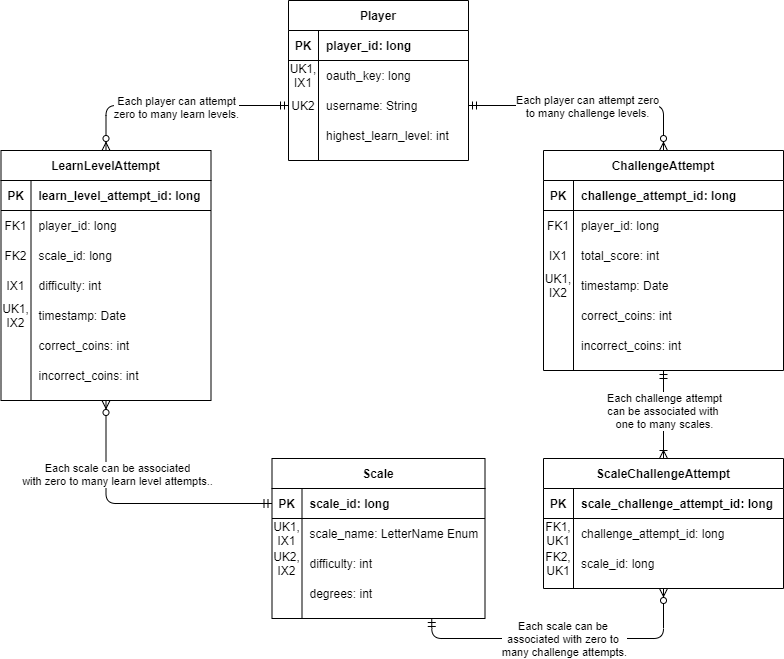
The draw.io diagram docs/img/erd.png in lsteiner9/ScaleScroller, before a commit. Source tidied: cells renumbered, new cells last; positions are measured from the earlier drawing's top-left corner, leaving out a move shared by most shapes. Its diagram source:
```xml
<mxGraphModel>
  <root>
    <mxCell id="0" />
    <mxCell id="1" parent="0" />
    <mxCell id="2" style="edgeStyle=orthogonalEdgeStyle;jettySize=auto;html=1;endArrow=ERmandOne;endFill=0;startArrow=ERzeroToMany;startFill=1;exitX=0.5;exitY=1;exitDx=0;exitDy=0;entryX=0;entryY=0.5;entryDx=0;entryDy=0;rounded=1;" parent="1" edge="1" source="35">
      <mxGeometry relative="1" as="geometry">
        <mxPoint x="271.5" y="503" as="targetPoint" />
        <Array as="points">
          <mxPoint x="106" y="503" />
        </Array>
      </mxGeometry>
    </mxCell>
    <mxCell id="3" value="Each scale can be associated&lt;br&gt;with zero to many learn level attempts.." style="edgeLabel;html=1;align=center;verticalAlign=middle;" parent="2" vertex="1">
      <mxGeometry x="-0.23" y="12" relative="1" as="geometry">
        <mxPoint x="10.5" y="-18" as="offset" />
      </mxGeometry>
    </mxCell>
    <mxCell id="4" style="edgeStyle=orthogonalEdgeStyle;rounded=1;jettySize=auto;html=1;startArrow=ERoneToMany;startFill=0;endArrow=ERmandOne;endFill=0;entryX=0.5;entryY=1;entryDx=0;entryDy=0;exitX=0.5;exitY=0;exitDx=0;exitDy=0;" parent="1" edge="1" source="8" target="70">
      <mxGeometry relative="1" as="geometry" />
    </mxCell>
    <mxCell id="5" value="Each challenge attempt&lt;br&gt;can be associated with &lt;br&gt;one to many scales." style="edgeLabel;html=1;align=center;verticalAlign=middle;" parent="4" vertex="1">
      <mxGeometry x="-0.2" relative="1" as="geometry">
        <mxPoint y="-13" as="offset" />
      </mxGeometry>
    </mxCell>
    <mxCell id="6" style="edgeStyle=orthogonalEdgeStyle;jettySize=auto;html=1;exitX=0.5;exitY=0;exitDx=0;exitDy=0;entryX=0;entryY=0.5;entryDx=0;entryDy=0;startArrow=ERzeroToMany;startFill=1;endArrow=ERmandOne;endFill=0;" parent="1" edge="1" source="35" target="64">
      <mxGeometry relative="1" as="geometry" />
    </mxCell>
    <mxCell id="7" value="Each player can attempt&lt;br&gt;zero to many learn levels." style="edgeLabel;html=1;align=center;verticalAlign=middle;" parent="6" vertex="1">
      <mxGeometry x="0.01" y="-1" relative="1" as="geometry" />
    </mxCell>
    <mxCell id="8" value="ScaleChallengeAttempt" style="shape=table;startSize=30;rowLines=0;fontStyle=1;align=center;" parent="1" vertex="1">
      <mxGeometry x="543" y="458" width="240" height="130" as="geometry" />
    </mxCell>
    <mxCell id="9" style="shape=partialRectangle;fillColor=none;top=0;left=0;bottom=1;right=0;" parent="8" vertex="1">
      <mxGeometry y="30" width="240" height="30" as="geometry" />
    </mxCell>
    <mxCell id="10" value="PK" style="shape=partialRectangle;fillColor=none;top=0;left=0;bottom=0;right=0;fontStyle=1;overflow=hidden;" parent="9" vertex="1">
      <mxGeometry width="30" height="30" as="geometry" />
    </mxCell>
    <mxCell id="11" value="scale_challenge_attempt_id: long" style="shape=partialRectangle;fillColor=none;top=0;left=0;bottom=0;right=0;align=left;spacingLeft=6;fontStyle=1;overflow=hidden;" parent="9" vertex="1">
      <mxGeometry x="30" width="210" height="30" as="geometry" />
    </mxCell>
    <mxCell id="12" style="shape=partialRectangle;fillColor=none;top=0;left=0;bottom=0;right=0;" parent="8" vertex="1">
      <mxGeometry y="60" width="240" height="30" as="geometry" />
    </mxCell>
    <mxCell id="13" value="FK1,&#10;UK1" style="shape=partialRectangle;fillColor=none;top=0;left=0;bottom=0;right=0;overflow=hidden;" parent="12" vertex="1">
      <mxGeometry width="30" height="30" as="geometry" />
    </mxCell>
    <mxCell id="14" value="challenge_attempt_id: long" style="shape=partialRectangle;fillColor=none;top=0;left=0;bottom=0;right=0;align=left;spacingLeft=6;overflow=hidden;fontStyle=0;" parent="12" vertex="1">
      <mxGeometry x="30" width="210" height="30" as="geometry" />
    </mxCell>
    <mxCell id="15" style="shape=partialRectangle;fillColor=none;top=0;left=0;bottom=0;right=0;" parent="8" vertex="1">
      <mxGeometry y="90" width="240" height="30" as="geometry" />
    </mxCell>
    <mxCell id="16" value="FK2,&#10;UK1" style="shape=partialRectangle;fillColor=none;top=0;left=0;bottom=0;right=0;overflow=hidden;" parent="15" vertex="1">
      <mxGeometry width="30" height="30" as="geometry" />
    </mxCell>
    <mxCell id="17" value="scale_id: long" style="shape=partialRectangle;fillColor=none;top=0;left=0;bottom=0;right=0;align=left;spacingLeft=6;overflow=hidden;" parent="15" vertex="1">
      <mxGeometry x="30" width="210" height="30" as="geometry" />
    </mxCell>
    <mxCell id="18" style="jettySize=auto;html=1;exitX=0.75;exitY=1;exitDx=0;exitDy=0;entryX=0.5;entryY=1;entryDx=0;entryDy=0;startArrow=ERmandOne;startFill=0;endArrow=ERzeroToMany;endFill=1;edgeStyle=orthogonalEdgeStyle;" parent="1" edge="1" source="22" target="8">
      <mxGeometry relative="1" as="geometry" />
    </mxCell>
    <mxCell id="19" value="Each scale can be &lt;br&gt;associated with zero to &lt;br&gt;many challenge attempts." style="edgeLabel;html=1;align=center;verticalAlign=middle;" parent="18" vertex="1">
      <mxGeometry x="0.17" y="30" relative="1" as="geometry">
        <mxPoint x="-23.5" y="30" as="offset" />
      </mxGeometry>
    </mxCell>
    <mxCell id="20" style="edgeStyle=orthogonalEdgeStyle;jettySize=auto;html=1;exitX=1;exitY=0.5;exitDx=0;exitDy=0;entryX=0.5;entryY=0;entryDx=0;entryDy=0;startArrow=ERmandOne;startFill=0;endArrow=ERzeroToMany;endFill=1;" parent="1" edge="1" source="64" target="70">
      <mxGeometry relative="1" as="geometry" />
    </mxCell>
    <mxCell id="21" value="Each player can attempt zero&lt;br&gt;to many challenge levels." style="edgeLabel;html=1;align=center;verticalAlign=middle;" parent="20" vertex="1">
      <mxGeometry x="0.44" y="-1" relative="1" as="geometry">
        <mxPoint x="-55" y="-1" as="offset" />
      </mxGeometry>
    </mxCell>
    <mxCell id="22" value="Scale" style="shape=table;startSize=30;rowLines=0;fontStyle=1;align=center;" parent="1" vertex="1">
      <mxGeometry x="271.5" y="458" width="213" height="160" as="geometry" />
    </mxCell>
    <mxCell id="23" style="shape=partialRectangle;fillColor=none;top=0;left=0;bottom=1;right=0;" parent="22" vertex="1">
      <mxGeometry y="30" width="213" height="30" as="geometry" />
    </mxCell>
    <mxCell id="24" value="PK" style="shape=partialRectangle;fillColor=none;top=0;left=0;bottom=0;right=0;fontStyle=1;overflow=hidden;" parent="23" vertex="1">
      <mxGeometry width="30" height="30" as="geometry" />
    </mxCell>
    <mxCell id="25" value="scale_id: long" style="shape=partialRectangle;fillColor=none;top=0;left=0;bottom=0;right=0;align=left;spacingLeft=6;fontStyle=1;overflow=hidden;" parent="23" vertex="1">
      <mxGeometry x="30" width="183" height="30" as="geometry" />
    </mxCell>
    <mxCell id="26" style="shape=partialRectangle;fillColor=none;top=0;left=0;bottom=0;right=0;" parent="22" vertex="1">
      <mxGeometry y="60" width="213" height="30" as="geometry" />
    </mxCell>
    <mxCell id="27" value="UK1,&#10;IX1" style="shape=partialRectangle;fillColor=none;top=0;left=0;bottom=0;right=0;overflow=hidden;" parent="26" vertex="1">
      <mxGeometry width="30" height="30" as="geometry" />
    </mxCell>
    <mxCell id="28" value="scale_name: LetterName Enum" style="shape=partialRectangle;fillColor=none;top=0;left=0;bottom=0;right=0;align=left;spacingLeft=6;overflow=hidden;" parent="26" vertex="1">
      <mxGeometry x="30" width="183" height="30" as="geometry" />
    </mxCell>
    <mxCell id="29" style="shape=partialRectangle;fillColor=none;top=0;left=0;bottom=0;right=0;" parent="22" vertex="1">
      <mxGeometry y="90" width="213" height="30" as="geometry" />
    </mxCell>
    <mxCell id="30" value="UK2,&#10;IX2" style="shape=partialRectangle;fillColor=none;top=0;left=0;bottom=0;right=0;overflow=hidden;" parent="29" vertex="1">
      <mxGeometry width="30" height="30" as="geometry" />
    </mxCell>
    <mxCell id="31" value="difficulty: int" style="shape=partialRectangle;fillColor=none;top=0;left=0;bottom=0;right=0;align=left;spacingLeft=6;overflow=hidden;" parent="29" vertex="1">
      <mxGeometry x="30" width="183" height="30" as="geometry" />
    </mxCell>
    <mxCell id="32" style="shape=partialRectangle;fillColor=none;top=0;left=0;bottom=0;right=0;" parent="22" vertex="1">
      <mxGeometry y="120" width="213" height="30" as="geometry" />
    </mxCell>
    <mxCell id="33" style="shape=partialRectangle;fillColor=none;top=0;left=0;bottom=0;right=0;overflow=hidden;" parent="32" vertex="1">
      <mxGeometry width="30" height="30" as="geometry" />
    </mxCell>
    <mxCell id="34" value="degrees: int" style="shape=partialRectangle;fillColor=none;top=0;left=0;bottom=0;right=0;align=left;spacingLeft=6;overflow=hidden;" parent="32" vertex="1">
      <mxGeometry x="30" width="183" height="30" as="geometry" />
    </mxCell>
    <mxCell id="35" value="LearnLevelAttempt" style="shape=table;startSize=30;rowLines=0;fontStyle=1;align=center;" parent="1" vertex="1">
      <mxGeometry x="0.5" y="150" width="210" height="250" as="geometry" />
    </mxCell>
    <mxCell id="36" style="shape=partialRectangle;fillColor=none;top=0;left=0;bottom=1;right=0;" parent="35" vertex="1">
      <mxGeometry y="30" width="210" height="30" as="geometry" />
    </mxCell>
    <mxCell id="37" value="PK" style="shape=partialRectangle;fillColor=none;top=0;left=0;bottom=0;right=0;fontStyle=1;overflow=hidden;" parent="36" vertex="1">
      <mxGeometry width="30" height="30" as="geometry" />
    </mxCell>
    <mxCell id="38" value="learn_level_attempt_id: long" style="shape=partialRectangle;fillColor=none;top=0;left=0;bottom=0;right=0;align=left;spacingLeft=6;fontStyle=1;overflow=hidden;" parent="36" vertex="1">
      <mxGeometry x="30" width="180" height="30" as="geometry" />
    </mxCell>
    <mxCell id="39" style="shape=partialRectangle;fillColor=none;top=0;left=0;bottom=0;right=0;" parent="35" vertex="1">
      <mxGeometry y="60" width="210" height="30" as="geometry" />
    </mxCell>
    <mxCell id="40" value="FK1" style="shape=partialRectangle;fillColor=none;top=0;left=0;bottom=0;right=0;overflow=hidden;" parent="39" vertex="1">
      <mxGeometry width="30" height="30" as="geometry" />
    </mxCell>
    <mxCell id="41" value="player_id: long" style="shape=partialRectangle;fillColor=none;top=0;left=0;bottom=0;right=0;align=left;spacingLeft=6;overflow=hidden;" parent="39" vertex="1">
      <mxGeometry x="30" width="180" height="30" as="geometry" />
    </mxCell>
    <mxCell id="42" style="shape=partialRectangle;fillColor=none;top=0;left=0;bottom=0;right=0;" parent="35" vertex="1">
      <mxGeometry y="90" width="210" height="30" as="geometry" />
    </mxCell>
    <mxCell id="43" value="FK2" style="shape=partialRectangle;fillColor=none;top=0;left=0;bottom=0;right=0;overflow=hidden;" parent="42" vertex="1">
      <mxGeometry width="30" height="30" as="geometry" />
    </mxCell>
    <mxCell id="44" value="scale_id: long" style="shape=partialRectangle;fillColor=none;top=0;left=0;bottom=0;right=0;align=left;spacingLeft=6;overflow=hidden;" parent="42" vertex="1">
      <mxGeometry x="30" width="180" height="30" as="geometry" />
    </mxCell>
    <mxCell id="45" style="shape=partialRectangle;fillColor=none;top=0;left=0;bottom=0;right=0;" parent="35" vertex="1">
      <mxGeometry y="120" width="210" height="30" as="geometry" />
    </mxCell>
    <mxCell id="46" value="IX1" style="shape=partialRectangle;fillColor=none;top=0;left=0;bottom=0;right=0;overflow=hidden;" parent="45" vertex="1">
      <mxGeometry width="30" height="30" as="geometry" />
    </mxCell>
    <mxCell id="47" value="difficulty: int" style="shape=partialRectangle;fillColor=none;top=0;left=0;bottom=0;right=0;align=left;spacingLeft=6;overflow=hidden;" parent="45" vertex="1">
      <mxGeometry x="30" width="180" height="30" as="geometry" />
    </mxCell>
    <mxCell id="48" style="shape=partialRectangle;fillColor=none;top=0;left=0;bottom=0;right=0;" parent="35" vertex="1">
      <mxGeometry y="150" width="210" height="30" as="geometry" />
    </mxCell>
    <mxCell id="49" value="UK1,&#10;IX2" style="shape=partialRectangle;fillColor=none;top=0;left=0;bottom=0;right=0;overflow=hidden;" parent="48" vertex="1">
      <mxGeometry width="30" height="30" as="geometry" />
    </mxCell>
    <mxCell id="50" value="timestamp: Date" style="shape=partialRectangle;fillColor=none;top=0;left=0;bottom=0;right=0;align=left;spacingLeft=6;overflow=hidden;" parent="48" vertex="1">
      <mxGeometry x="30" width="180" height="30" as="geometry" />
    </mxCell>
    <mxCell id="51" style="shape=partialRectangle;fillColor=none;top=0;left=0;bottom=0;right=0;" parent="35" vertex="1">
      <mxGeometry y="180" width="210" height="30" as="geometry" />
    </mxCell>
    <mxCell id="52" style="shape=partialRectangle;fillColor=none;top=0;left=0;bottom=0;right=0;overflow=hidden;" parent="51" vertex="1">
      <mxGeometry width="30" height="30" as="geometry" />
    </mxCell>
    <mxCell id="53" value="correct_coins: int" style="shape=partialRectangle;fillColor=none;top=0;left=0;bottom=0;right=0;align=left;spacingLeft=6;overflow=hidden;" parent="51" vertex="1">
      <mxGeometry x="30" width="180" height="30" as="geometry" />
    </mxCell>
    <mxCell id="54" style="shape=partialRectangle;fillColor=none;top=0;left=0;bottom=0;right=0;" parent="35" vertex="1">
      <mxGeometry y="210" width="210" height="30" as="geometry" />
    </mxCell>
    <mxCell id="55" style="shape=partialRectangle;fillColor=none;top=0;left=0;bottom=0;right=0;overflow=hidden;" parent="54" vertex="1">
      <mxGeometry width="30" height="30" as="geometry" />
    </mxCell>
    <mxCell id="56" value="incorrect_coins: int" style="shape=partialRectangle;fillColor=none;top=0;left=0;bottom=0;right=0;align=left;spacingLeft=6;overflow=hidden;" parent="54" vertex="1">
      <mxGeometry x="30" width="180" height="30" as="geometry" />
    </mxCell>
    <mxCell id="57" value="Player" style="shape=table;startSize=30;rowLines=0;fontStyle=1;align=center;" parent="1" vertex="1">
      <mxGeometry x="288" width="180" height="160" as="geometry" />
    </mxCell>
    <mxCell id="58" style="shape=partialRectangle;fillColor=none;top=0;left=0;bottom=1;right=0;" parent="57" vertex="1">
      <mxGeometry y="30" width="180" height="30" as="geometry" />
    </mxCell>
    <mxCell id="59" value="PK" style="shape=partialRectangle;fillColor=none;top=0;left=0;bottom=0;right=0;fontStyle=1;overflow=hidden;" parent="58" vertex="1">
      <mxGeometry width="30" height="30" as="geometry" />
    </mxCell>
    <mxCell id="60" value="player_id: long" style="shape=partialRectangle;fillColor=none;top=0;left=0;bottom=0;right=0;align=left;spacingLeft=6;fontStyle=1;overflow=hidden;" parent="58" vertex="1">
      <mxGeometry x="30" width="150" height="30" as="geometry" />
    </mxCell>
    <mxCell id="61" style="shape=partialRectangle;fillColor=none;top=0;left=0;bottom=0;right=0;" parent="57" vertex="1">
      <mxGeometry y="60" width="180" height="30" as="geometry" />
    </mxCell>
    <mxCell id="62" value="UK1,&#10;IX1" style="shape=partialRectangle;fillColor=none;top=0;left=0;bottom=0;right=0;overflow=hidden;" parent="61" vertex="1">
      <mxGeometry width="30" height="30" as="geometry" />
    </mxCell>
    <mxCell id="63" value="oauth_key: long" style="shape=partialRectangle;fillColor=none;top=0;left=0;bottom=0;right=0;align=left;spacingLeft=6;overflow=hidden;" parent="61" vertex="1">
      <mxGeometry x="30" width="150" height="30" as="geometry" />
    </mxCell>
    <mxCell id="64" style="shape=partialRectangle;fillColor=none;top=0;left=0;bottom=0;right=0;points=[[0,0.5],[1,0.5]];portConstraint=eastwest;" parent="57" vertex="1">
      <mxGeometry y="90" width="180" height="30" as="geometry" />
    </mxCell>
    <mxCell id="65" value="UK2" style="shape=partialRectangle;fillColor=none;top=0;left=0;bottom=0;right=0;overflow=hidden;" parent="64" vertex="1">
      <mxGeometry width="30" height="30" as="geometry" />
    </mxCell>
    <mxCell id="66" value="username: String" style="shape=partialRectangle;fillColor=none;top=0;left=0;bottom=0;right=0;align=left;spacingLeft=6;overflow=hidden;" parent="64" vertex="1">
      <mxGeometry x="30" width="150" height="30" as="geometry" />
    </mxCell>
    <mxCell id="67" style="shape=partialRectangle;fillColor=none;top=0;left=0;bottom=0;right=0;" parent="57" vertex="1">
      <mxGeometry y="120" width="180" height="30" as="geometry" />
    </mxCell>
    <mxCell id="68" style="shape=partialRectangle;fillColor=none;top=0;left=0;bottom=0;right=0;overflow=hidden;" parent="67" vertex="1">
      <mxGeometry width="30" height="30" as="geometry" />
    </mxCell>
    <mxCell id="69" value="highest_learn_level: int" style="shape=partialRectangle;fillColor=none;top=0;left=0;bottom=0;right=0;align=left;spacingLeft=6;overflow=hidden;" parent="67" vertex="1">
      <mxGeometry x="30" width="150" height="30" as="geometry" />
    </mxCell>
    <mxCell id="70" value="ChallengeAttempt" style="shape=table;startSize=30;rowLines=0;fontStyle=1;align=center;" parent="1" vertex="1">
      <mxGeometry x="543" y="150" width="240" height="220" as="geometry" />
    </mxCell>
    <mxCell id="71" style="shape=partialRectangle;fillColor=none;top=0;left=0;bottom=1;right=0;" parent="70" vertex="1">
      <mxGeometry y="30" width="240" height="30" as="geometry" />
    </mxCell>
    <mxCell id="72" value="PK" style="shape=partialRectangle;fillColor=none;top=0;left=0;bottom=0;right=0;fontStyle=1;overflow=hidden;" parent="71" vertex="1">
      <mxGeometry width="30" height="30" as="geometry" />
    </mxCell>
    <mxCell id="73" value="challenge_attempt_id: long" style="shape=partialRectangle;fillColor=none;top=0;left=0;bottom=0;right=0;align=left;spacingLeft=6;fontStyle=1;overflow=hidden;" parent="71" vertex="1">
      <mxGeometry x="30" width="210" height="30" as="geometry" />
    </mxCell>
    <mxCell id="74" style="shape=partialRectangle;fillColor=none;top=0;left=0;bottom=0;right=0;" parent="70" vertex="1">
      <mxGeometry y="60" width="240" height="30" as="geometry" />
    </mxCell>
    <mxCell id="75" value="FK1" style="shape=partialRectangle;fillColor=none;top=0;left=0;bottom=0;right=0;overflow=hidden;" parent="74" vertex="1">
      <mxGeometry width="30" height="30" as="geometry" />
    </mxCell>
    <mxCell id="76" value="player_id: long" style="shape=partialRectangle;fillColor=none;top=0;left=0;bottom=0;right=0;align=left;spacingLeft=6;overflow=hidden;" parent="74" vertex="1">
      <mxGeometry x="30" width="210" height="30" as="geometry" />
    </mxCell>
    <mxCell id="77" style="shape=partialRectangle;fillColor=none;top=0;left=0;bottom=0;right=0;" parent="70" vertex="1">
      <mxGeometry y="90" width="240" height="30" as="geometry" />
    </mxCell>
    <mxCell id="78" value="IX1" style="shape=partialRectangle;fillColor=none;top=0;left=0;bottom=0;right=0;overflow=hidden;" parent="77" vertex="1">
      <mxGeometry width="30" height="30" as="geometry" />
    </mxCell>
    <mxCell id="79" value="total_score: int" style="shape=partialRectangle;fillColor=none;top=0;left=0;bottom=0;right=0;align=left;spacingLeft=6;overflow=hidden;" parent="77" vertex="1">
      <mxGeometry x="30" width="210" height="30" as="geometry" />
    </mxCell>
    <mxCell id="80" style="shape=partialRectangle;fillColor=none;top=0;left=0;bottom=0;right=0;" parent="70" vertex="1">
      <mxGeometry y="120" width="240" height="30" as="geometry" />
    </mxCell>
    <mxCell id="81" value="UK1,&#10;IX2" style="shape=partialRectangle;fillColor=none;top=0;left=0;bottom=0;right=0;overflow=hidden;" parent="80" vertex="1">
      <mxGeometry width="30" height="30" as="geometry" />
    </mxCell>
    <mxCell id="82" value="timestamp: Date" style="shape=partialRectangle;fillColor=none;top=0;left=0;bottom=0;right=0;align=left;spacingLeft=6;overflow=hidden;" parent="80" vertex="1">
      <mxGeometry x="30" width="210" height="30" as="geometry" />
    </mxCell>
    <mxCell id="83" style="shape=partialRectangle;fillColor=none;top=0;left=0;bottom=0;right=0;" parent="70" vertex="1">
      <mxGeometry y="150" width="240" height="30" as="geometry" />
    </mxCell>
    <mxCell id="84" style="shape=partialRectangle;fillColor=none;top=0;left=0;bottom=0;right=0;overflow=hidden;" parent="83" vertex="1">
      <mxGeometry width="30" height="30" as="geometry" />
    </mxCell>
    <mxCell id="85" value="correct_coins: int" style="shape=partialRectangle;fillColor=none;top=0;left=0;bottom=0;right=0;align=left;spacingLeft=6;overflow=hidden;" parent="83" vertex="1">
      <mxGeometry x="30" width="210" height="30" as="geometry" />
    </mxCell>
    <mxCell id="86" style="shape=partialRectangle;fillColor=none;top=0;left=0;bottom=0;right=0;" parent="70" vertex="1">
      <mxGeometry y="180" width="240" height="30" as="geometry" />
    </mxCell>
    <mxCell id="87" style="shape=partialRectangle;fillColor=none;top=0;left=0;bottom=0;right=0;overflow=hidden;" parent="86" vertex="1">
      <mxGeometry width="30" height="30" as="geometry" />
    </mxCell>
    <mxCell id="88" value="incorrect_coins: int" style="shape=partialRectangle;fillColor=none;top=0;left=0;bottom=0;right=0;align=left;spacingLeft=6;overflow=hidden;" parent="86" vertex="1">
      <mxGeometry x="30" width="210" height="30" as="geometry" />
    </mxCell>
  </root>
</mxGraphModel>
```
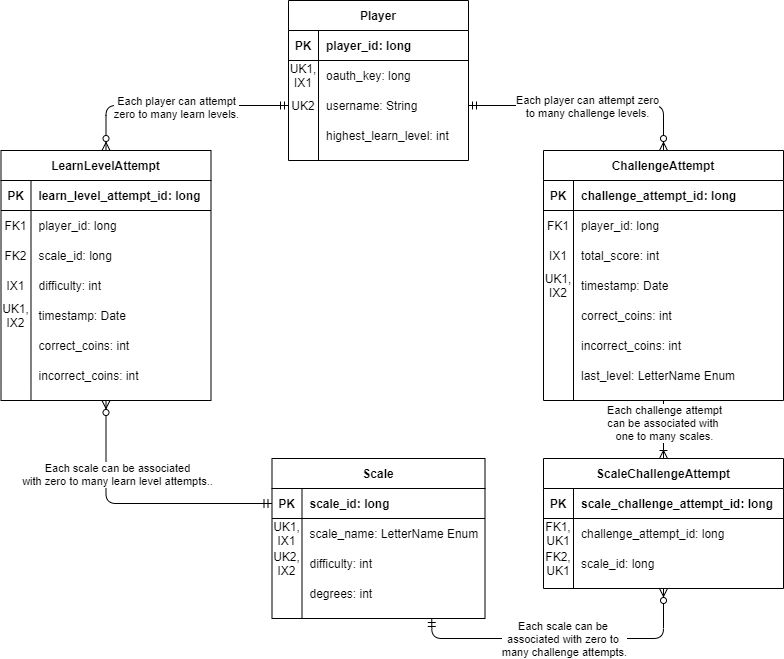
The same diagram one commit later.

Commit message:
Updated ERD and created more queries.

Change to the diagram source:
```diff
@@ -220,7 +220,7 @@
       <mxGeometry x="30" width="150" height="30" as="geometry" />
     </mxCell>
     <mxCell id="70" value="ChallengeAttempt" style="shape=table;startSize=30;rowLines=0;fontStyle=1;align=center;" parent="1" vertex="1">
-      <mxGeometry x="543" y="150" width="240" height="220" as="geometry" />
+      <mxGeometry x="543" y="150" width="240" height="250" as="geometry" />
     </mxCell>
     <mxCell id="71" style="shape=partialRectangle;fillColor=none;top=0;left=0;bottom=1;right=0;" parent="70" vertex="1">
       <mxGeometry y="30" width="240" height="30" as="geometry" />
@@ -276,5 +276,14 @@
     <mxCell id="88" value="incorrect_coins: int" style="shape=partialRectangle;fillColor=none;top=0;left=0;bottom=0;right=0;align=left;spacingLeft=6;overflow=hidden;" parent="86" vertex="1">
       <mxGeometry x="30" width="210" height="30" as="geometry" />
     </mxCell>
+    <mxCell id="89" style="shape=partialRectangle;fillColor=none;top=0;left=0;bottom=0;right=0;" parent="70" vertex="1">
+      <mxGeometry y="210" width="240" height="30" as="geometry" />
+    </mxCell>
+    <mxCell id="90" style="shape=partialRectangle;fillColor=none;top=0;left=0;bottom=0;right=0;overflow=hidden;" parent="89" vertex="1">
+      <mxGeometry width="30" height="30" as="geometry" />
+    </mxCell>
+    <mxCell id="91" value="last_level: LetterName Enum" style="shape=partialRectangle;fillColor=none;top=0;left=0;bottom=0;right=0;align=left;spacingLeft=6;overflow=hidden;" parent="89" vertex="1">
+      <mxGeometry x="30" width="210" height="30" as="geometry" />
+    </mxCell>
   </root>
 </mxGraphModel>
```
